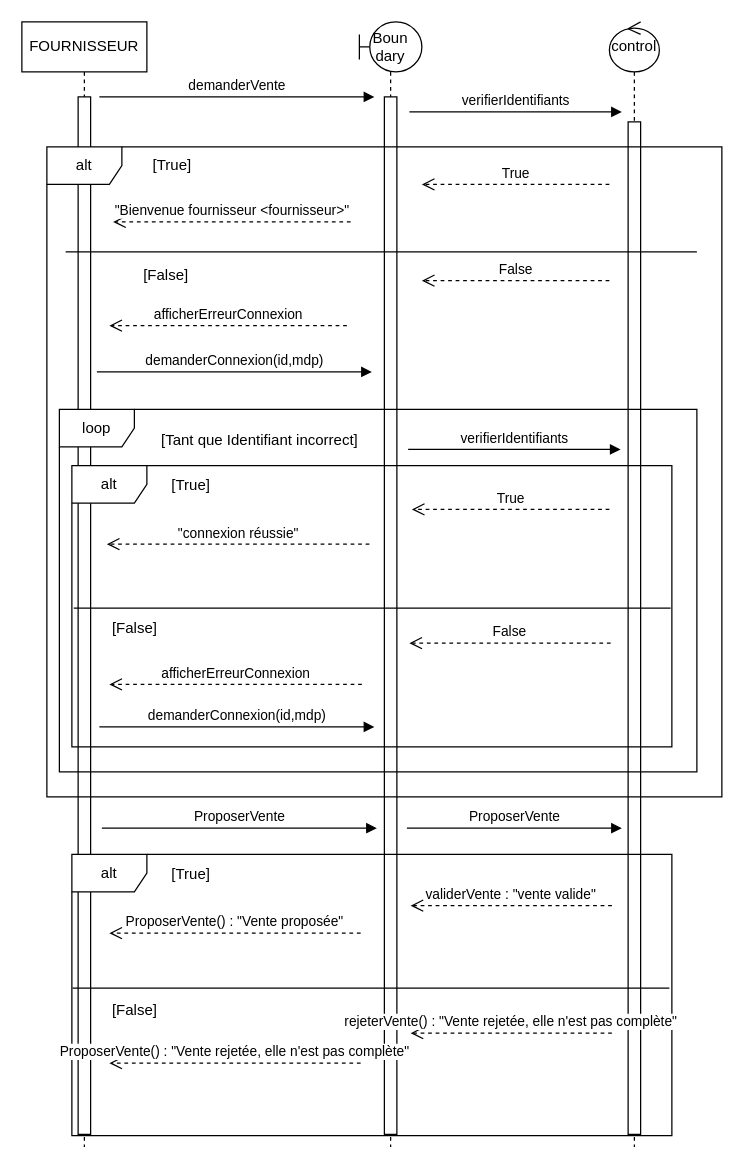
The draw.io diagram page "Diagramme de séquence corrigé" (7 of 7) of docs/Diagrammes.drawio in Kaituro/PCO_Phase2_ProposerVente, before the edit. Source tidied: cells renumbered, new cells numbered last; positions are measured from the earlier drawing's top-left corner, leaving out a move shared by most shapes. Both pictures are drawn from the tidied source at 125%, with x=0, y=0 at pixel (21, 21).
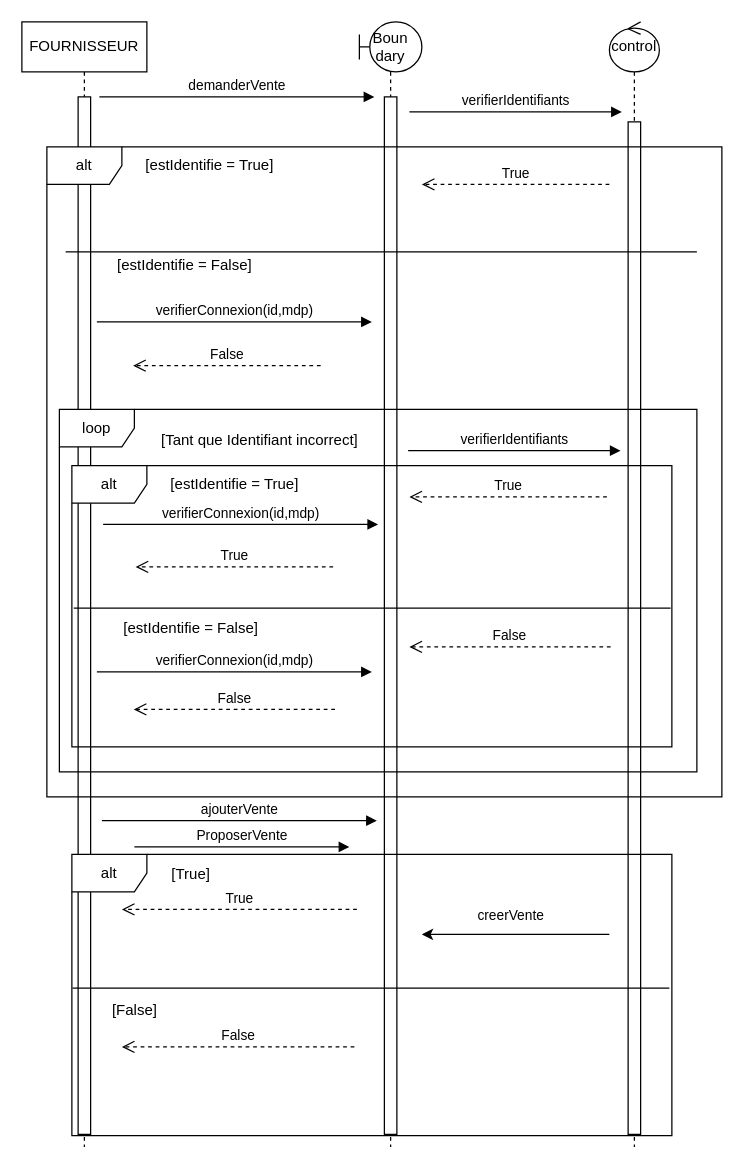
Above is the later version.

The change refers to these unchanged cells:
```xml
<mxCell id="23" style="group;" parent="20" vertex="1">
  <mxGeometry x="10" y="45" width="480" height="225" as="geometry" />
</mxCell>
<mxCell id="34" style="group;" parent="1" vertex="1">
  <mxGeometry x="40" y="666" width="480" height="225" as="geometry" />
</mxCell>
```

What changed in the source:
```diff
@@
-    <mxCell id="6" value="control" style="shape=umlLifeline;perimeter=lifelinePerimeter;whiteSpace=wrap;html=1;newEdgeStyle={&quot;curved&quot;:0,&quot;rounded&quot;:0};participant=umlControl;" parent="1" vertex="1">
+    <mxCell id="6" value="&lt;div&gt;control&lt;/div&gt;" style="shape=umlLifeline;perimeter=lifelinePerimeter;whiteSpace=wrap;html=1;newEdgeStyle={&quot;curved&quot;:0,&quot;rounded&quot;:0};participant=umlControl;" parent="1" vertex="1">
       <mxGeometry x="470" width="40" height="900" as="geometry" />
     </mxCell>
@@
-    <mxCell id="12" value="[True]" style="text;html=1;align=center;verticalAlign=middle;strokeColor=none;fillColor=none;" parent="1" vertex="1">
-      <mxGeometry x="90" y="100" width="60" height="30" as="geometry" />
+    <mxCell id="12" value="[estIdentifie = True]" style="text;html=1;align=center;verticalAlign=middle;strokeColor=none;fillColor=none;" parent="1" vertex="1">
+      <mxGeometry x="80" y="100" width="140" height="30" as="geometry" />
     </mxCell>
-    <mxCell id="13" value="[False]" style="text;html=1;align=center;verticalAlign=middle;strokeColor=none;fillColor=none;" parent="1" vertex="1">
-      <mxGeometry x="85" y="188" width="60" height="30" as="geometry" />
+    <mxCell id="13" value="[estIdentifie = False]" style="text;html=1;align=center;verticalAlign=middle;strokeColor=none;fillColor=none;" parent="1" vertex="1">
+      <mxGeometry x="60" y="180" width="140" height="30" as="geometry" />
     </mxCell>
-    <mxCell id="14" value="ProposerVente" style="html=1;verticalAlign=bottom;endArrow=block;curved=0;rounded=0;" parent="1" edge="1">
+    <mxCell id="14" value="ajouterVente" style="html=1;verticalAlign=bottom;endArrow=block;curved=0;rounded=0;" parent="1" edge="1">
       <mxGeometry relative="1" as="geometry">
-        <mxPoint x="64" y="645" as="sourcePoint" />
-        <mxPoint x="284" y="645" as="targetPoint" />
+        <mxPoint x="64" y="639" as="sourcePoint" />
+        <mxPoint x="284" y="639" as="targetPoint" />
       </mxGeometry>
     </mxCell>
@@
-    <mxCell id="16" value="&quot;Bienvenue fournisseur &amp;lt;fournisseur&amp;gt;&quot;" style="html=1;verticalAlign=bottom;endArrow=open;dashed=1;endSize=8;curved=0;rounded=0;" parent="1" edge="1">
-      <mxGeometry relative="1" as="geometry">
-        <mxPoint x="263" y="160" as="sourcePoint" />
-        <mxPoint x="73" y="160" as="targetPoint" />
-      </mxGeometry>
-    </mxCell>
-    <mxCell id="17" value="afficherErreurConnexion" style="html=1;verticalAlign=bottom;endArrow=open;dashed=1;endSize=8;curved=0;rounded=0;" parent="1" edge="1">
-      <mxGeometry relative="1" as="geometry">
-        <mxPoint x="260" y="243" as="sourcePoint" />
-        <mxPoint x="70" y="243" as="targetPoint" />
-      </mxGeometry>
-    </mxCell>
-    <mxCell id="18" value="demanderConnexion(id,mdp)" style="html=1;verticalAlign=bottom;endArrow=block;curved=0;rounded=0;" parent="1" edge="1">
+    <mxCell id="18" value="verifierConnexion(id,mdp)" style="html=1;verticalAlign=bottom;endArrow=block;curved=0;rounded=0;" parent="1" edge="1">
       <mxGeometry relative="1" as="geometry">
-        <mxPoint x="60" y="280" as="sourcePoint" />
-        <mxPoint x="280" y="280" as="targetPoint" />
+        <mxPoint x="60" y="240" as="sourcePoint" />
+        <mxPoint x="280" y="240" as="targetPoint" />
       </mxGeometry>
     </mxCell>
@@
-    <mxCell id="25" value="[False]" style="text;html=1;align=center;verticalAlign=middle;strokeColor=none;fillColor=none;" parent="23" vertex="1">
-      <mxGeometry x="20" y="115.4" width="60" height="30" as="geometry" />
-    </mxCell>
-    <mxCell id="26" value="[True]" style="text;html=1;align=center;verticalAlign=middle;strokeColor=none;fillColor=none;" parent="23" vertex="1">
-      <mxGeometry x="65" y="1" width="60" height="30" as="geometry" />
-    </mxCell>
-    <mxCell id="27" value="&quot;connexion réussie&quot;" style="html=1;verticalAlign=bottom;endArrow=open;dashed=1;endSize=8;curved=0;rounded=0;" parent="23" edge="1">
-      <mxGeometry relative="1" as="geometry">
-        <mxPoint x="238" y="62.8" as="sourcePoint" />
-        <mxPoint x="28" y="62.8" as="targetPoint" />
-      </mxGeometry>
-    </mxCell>
-    <mxCell id="28" value="afficherErreurConnexion" style="html=1;verticalAlign=bottom;endArrow=open;dashed=1;endSize=8;curved=0;rounded=0;" parent="1" edge="1">
-      <mxGeometry relative="1" as="geometry">
-        <mxPoint x="272" y="530" as="sourcePoint" />
-        <mxPoint x="70" y="530" as="targetPoint" />
-      </mxGeometry>
-    </mxCell>
-    <mxCell id="29" value="demanderConnexion(id,mdp)" style="html=1;verticalAlign=bottom;endArrow=block;curved=0;rounded=0;" parent="1" edge="1">
-      <mxGeometry relative="1" as="geometry">
-        <mxPoint x="62" y="564" as="sourcePoint" />
-        <mxPoint x="282" y="564" as="targetPoint" />
-      </mxGeometry>
-    </mxCell>
+    <mxCell id="44" value="[estIdentifie = False]" style="text;html=1;align=center;verticalAlign=middle;strokeColor=none;fillColor=none;" parent="23" vertex="1">
+      <mxGeometry x="25" y="115" width="140" height="30" as="geometry" />
+    </mxCell>
+    <mxCell id="45" value="[estIdentifie = True]" style="text;html=1;align=center;verticalAlign=middle;strokeColor=none;fillColor=none;" parent="23" vertex="1">
+      <mxGeometry x="60" width="140" height="30" as="geometry" />
+    </mxCell>
+    <mxCell id="46" value="verifierConnexion(id,mdp)" style="html=1;verticalAlign=bottom;endArrow=block;curved=0;rounded=0;" parent="23" edge="1">
+      <mxGeometry relative="1" as="geometry">
+        <mxPoint x="25" y="47" as="sourcePoint" />
+        <mxPoint x="245" y="47" as="targetPoint" />
+      </mxGeometry>
+    </mxCell>
+    <mxCell id="32" value="True" style="html=1;verticalAlign=bottom;endArrow=open;dashed=1;endSize=8;curved=0;rounded=0;" parent="23" edge="1">
+      <mxGeometry relative="1" as="geometry">
+        <mxPoint x="209" y="81" as="sourcePoint" />
+        <mxPoint x="51" y="81" as="targetPoint" />
+      </mxGeometry>
+    </mxCell>
+    <mxCell id="47" value="verifierConnexion(id,mdp)" style="html=1;verticalAlign=bottom;endArrow=block;curved=0;rounded=0;" parent="23" edge="1">
+      <mxGeometry relative="1" as="geometry">
+        <mxPoint x="20" y="165" as="sourcePoint" />
+        <mxPoint x="240" y="165" as="targetPoint" />
+      </mxGeometry>
+    </mxCell>
+    <mxCell id="33" value="False" style="html=1;verticalAlign=bottom;endArrow=open;dashed=1;endSize=8;curved=0;rounded=0;" parent="23" edge="1">
+      <mxGeometry relative="1" as="geometry">
+        <mxPoint x="210.5" y="195" as="sourcePoint" />
+        <mxPoint x="49.5" y="195" as="targetPoint" />
+      </mxGeometry>
+    </mxCell>
-    <mxCell id="30" value="verifierIdentifiants" style="html=1;verticalAlign=bottom;endArrow=block;curved=0;rounded=0;" parent="1" edge="1">
+    <mxCell id="30" value="verifierIdentifiants" style="html=1;verticalAlign=bottom;endArrow=block;curved=0;rounded=0;" parent="23" edge="1">
       <mxGeometry relative="1" as="geometry">
-        <mxPoint x="309" y="342" as="sourcePoint" />
-        <mxPoint x="479" y="342" as="targetPoint" />
+        <mxPoint x="269" y="-12" as="sourcePoint" />
+        <mxPoint x="439" y="-12" as="targetPoint" />
       </mxGeometry>
     </mxCell>
+    <mxCell id="48" value="True" style="html=1;verticalAlign=bottom;endArrow=open;dashed=1;endSize=8;curved=0;rounded=0;" parent="23" edge="1">
+      <mxGeometry relative="1" as="geometry">
+        <mxPoint x="428" y="25" as="sourcePoint" />
+        <mxPoint x="270" y="25" as="targetPoint" />
+      </mxGeometry>
+    </mxCell>
+    <mxCell id="49" value="False" style="html=1;verticalAlign=bottom;endArrow=open;dashed=1;endSize=8;curved=0;rounded=0;" parent="23" edge="1">
+      <mxGeometry relative="1" as="geometry">
+        <mxPoint x="431" y="145" as="sourcePoint" />
+        <mxPoint x="270" y="145" as="targetPoint" />
+      </mxGeometry>
+    </mxCell>
     <mxCell id="31" value="False" style="html=1;verticalAlign=bottom;endArrow=open;dashed=1;endSize=8;curved=0;rounded=0;" parent="1" edge="1">
       <mxGeometry relative="1" as="geometry">
-        <mxPoint x="470" y="207" as="sourcePoint" />
-        <mxPoint x="320" y="207" as="targetPoint" />
+        <mxPoint x="239" y="275" as="sourcePoint" />
+        <mxPoint x="89" y="275" as="targetPoint" />
       </mxGeometry>
     </mxCell>
-    <mxCell id="32" value="True" style="html=1;verticalAlign=bottom;endArrow=open;dashed=1;endSize=8;curved=0;rounded=0;" parent="1" edge="1">
-      <mxGeometry relative="1" as="geometry">
-        <mxPoint x="470" y="390" as="sourcePoint" />
-        <mxPoint x="312" y="390" as="targetPoint" />
-      </mxGeometry>
-    </mxCell>
-    <mxCell id="33" value="False" style="html=1;verticalAlign=bottom;endArrow=open;dashed=1;endSize=8;curved=0;rounded=0;" parent="1" edge="1">
-      <mxGeometry relative="1" as="geometry">
-        <mxPoint x="471" y="497" as="sourcePoint" />
-        <mxPoint x="310" y="497" as="targetPoint" />
-      </mxGeometry>
-    </mxCell>
@@
+    <mxCell id="50" style="endArrow=classic;html=1;rounded=0;" parent="34" edge="1">
+      <mxGeometry relative="1" as="geometry">
+        <mxPoint x="430" y="64" as="sourcePoint" />
+        <mxPoint x="280" y="64" as="targetPoint" />
+      </mxGeometry>
+    </mxCell>
+    <mxCell id="51" value="creerVente" style="edgeLabel;html=1;align=center;verticalAlign=middle;" parent="50" vertex="1">
+      <mxGeometry x="0.4" y="-2" relative="1" as="geometry">
+        <mxPoint x="25" y="-14" as="offset" />
+      </mxGeometry>
+    </mxCell>
+    <mxCell id="52" value="True" style="html=1;verticalAlign=bottom;endArrow=open;dashed=1;endSize=8;curved=0;rounded=0;" parent="34" edge="1">
+      <mxGeometry relative="1" as="geometry">
+        <mxPoint x="228" y="44" as="sourcePoint" />
+        <mxPoint x="40" y="44" as="targetPoint" />
+      </mxGeometry>
+    </mxCell>
+    <mxCell id="53" value="False" style="html=1;verticalAlign=bottom;endArrow=open;dashed=1;endSize=8;curved=0;rounded=0;" parent="34" edge="1">
+      <mxGeometry relative="1" as="geometry">
+        <mxPoint x="226" y="154" as="sourcePoint" />
+        <mxPoint x="40" y="154" as="targetPoint" />
+      </mxGeometry>
+    </mxCell>
@@
-    <mxCell id="39" value="validerVente : &quot;vente valide&quot;" style="html=1;verticalAlign=bottom;endArrow=open;dashed=1;endSize=8;curved=0;rounded=0;" parent="1" edge="1">
-      <mxGeometry relative="1" as="geometry">
-        <mxPoint x="472" y="707" as="sourcePoint" />
-        <mxPoint x="311" y="707" as="targetPoint" />
-      </mxGeometry>
-    </mxCell>
-    <mxCell id="40" value="rejeterVente() : &quot;Vente rejetée, elle n'est pas complète&quot;" style="html=1;verticalAlign=bottom;endArrow=open;dashed=1;endSize=8;curved=0;rounded=0;" parent="1" edge="1">
-      <mxGeometry relative="1" as="geometry">
-        <mxPoint x="472" y="809" as="sourcePoint" />
-        <mxPoint x="311" y="809" as="targetPoint" />
-      </mxGeometry>
-    </mxCell>
     <mxCell id="41" value="ProposerVente" style="html=1;verticalAlign=bottom;endArrow=block;curved=0;rounded=0;" parent="1" edge="1">
       <mxGeometry relative="1" as="geometry">
-        <mxPoint x="308" y="645" as="sourcePoint" />
-        <mxPoint x="480" y="645" as="targetPoint" />
+        <mxPoint x="90" y="660" as="sourcePoint" />
+        <mxPoint x="262" y="660" as="targetPoint" />
       </mxGeometry>
     </mxCell>
-    <mxCell id="42" value="ProposerVente() : &quot;Vente proposée&quot;" style="html=1;verticalAlign=bottom;endArrow=open;dashed=1;endSize=8;curved=0;rounded=0;" parent="1" edge="1">
-      <mxGeometry relative="1" as="geometry">
-        <mxPoint x="271" y="729" as="sourcePoint" />
-        <mxPoint x="70" y="729" as="targetPoint" />
-      </mxGeometry>
-    </mxCell>
-    <mxCell id="43" value="ProposerVente() : &quot;Vente rejetée, elle n'est pas complète&quot;" style="html=1;verticalAlign=bottom;endArrow=open;dashed=1;endSize=8;curved=0;rounded=0;" parent="1" edge="1">
-      <mxGeometry relative="1" as="geometry">
-        <mxPoint x="271" y="833" as="sourcePoint" />
-        <mxPoint x="70" y="833" as="targetPoint" />
-      </mxGeometry>
-    </mxCell>
```
